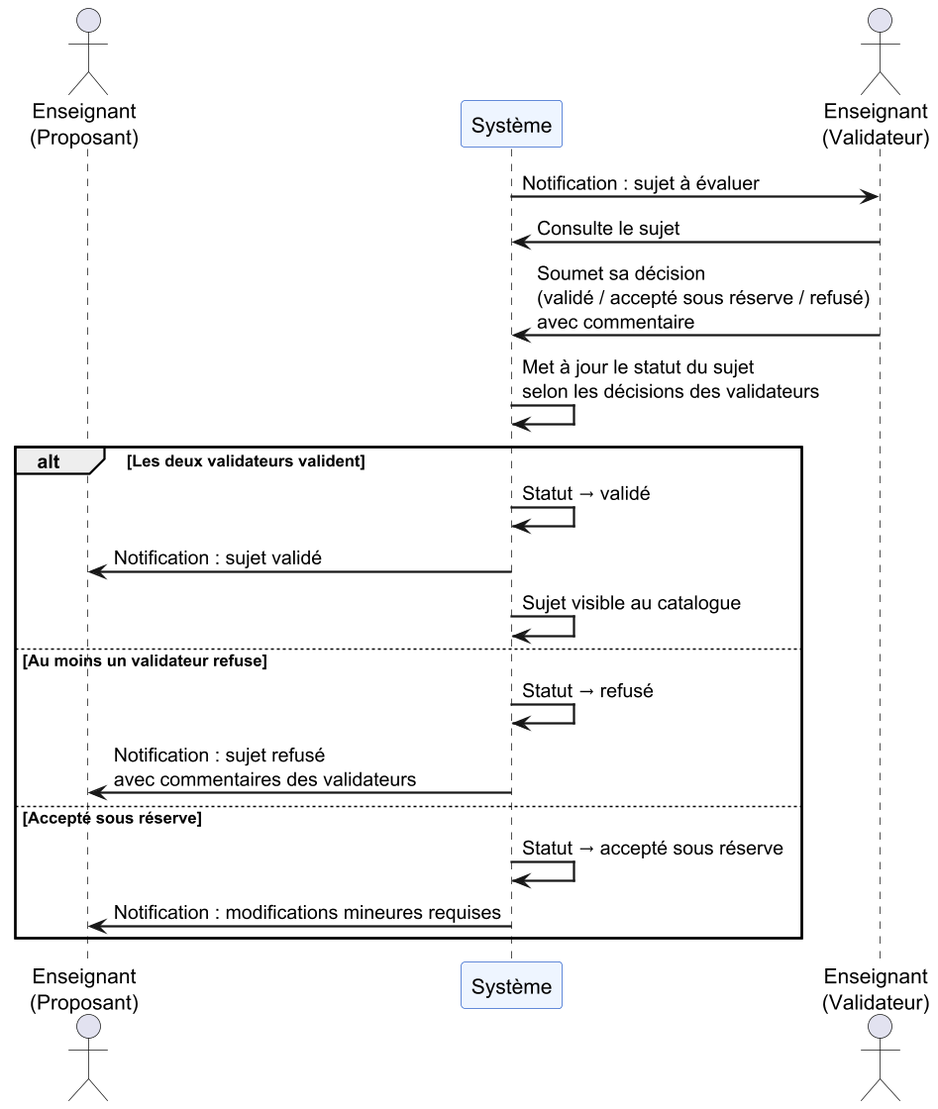
This is diagrams/seq-validation.png from rhpo/pfe-enhanced, a PlantUML export, as it was before one commit.
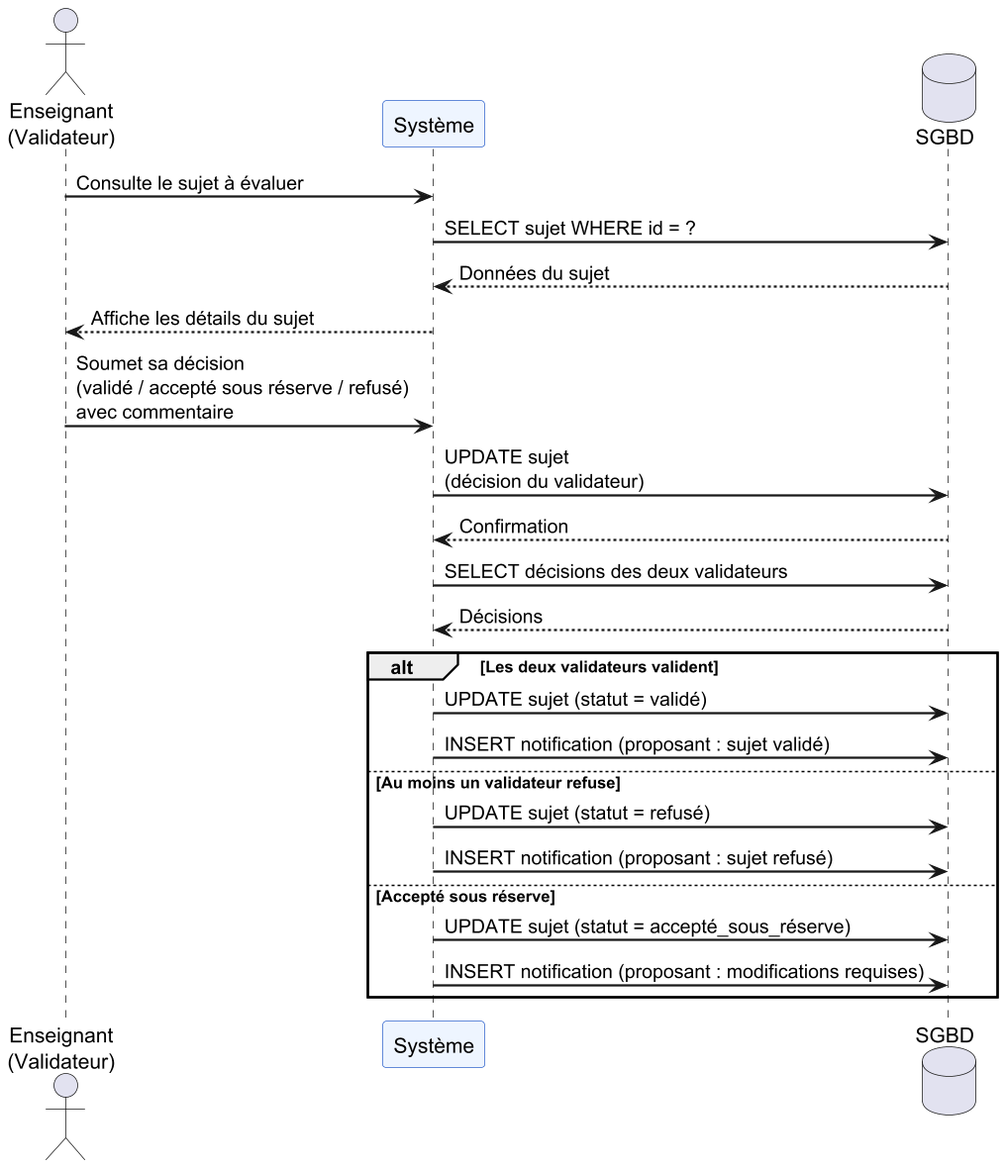
After the commit.

What changed in the source:
```diff
@@ -4,25 +4,30 @@
 skinparam sequenceParticipantBackgroundColor #EEF5FF
 skinparam sequenceParticipantBorderColor #3366CC
 
-actor "Enseignant\n(Proposant)" as P
+actor "Enseignant\n(Validateur)" as V
 participant "Système" as S
-actor "Enseignant\n(Validateur)" as V
+database "SGBD" as DB
 
-S -> V : Notification : sujet à évaluer
-V -> S : Consulte le sujet
+V -> S : Consulte le sujet à évaluer
+S -> DB : SELECT sujet WHERE id = ?
+DB --> S : Données du sujet
+S --> V : Affiche les détails du sujet
+
 V -> S : Soumet sa décision\n(validé / accepté sous réserve / refusé)\navec commentaire
+S -> DB : UPDATE sujet\n(décision du validateur)
+DB --> S : Confirmation
 
-S -> S : Met à jour le statut du sujet\nselon les décisions des validateurs
+S -> DB : SELECT décisions des deux validateurs
+DB --> S : Décisions
 
 alt Les deux validateurs valident
-  S -> S : Statut → validé
-  S -> P : Notification : sujet validé
-  S -> S : Sujet visible au catalogue
+  S -> DB : UPDATE sujet (statut = validé)
+  S -> DB : INSERT notification (proposant : sujet validé)
 else Au moins un validateur refuse
-  S -> S : Statut → refusé
-  S -> P : Notification : sujet refusé\navec commentaires des validateurs
+  S -> DB : UPDATE sujet (statut = refusé)
+  S -> DB : INSERT notification (proposant : sujet refusé)
 else Accepté sous réserve
-  S -> S : Statut → accepté sous réserve
-  S -> P : Notification : modifications mineures requises
+  S -> DB : UPDATE sujet (statut = accepté_sous_réserve)
+  S -> DB : INSERT notification (proposant : modifications requises)
 end
 @enduml
```
